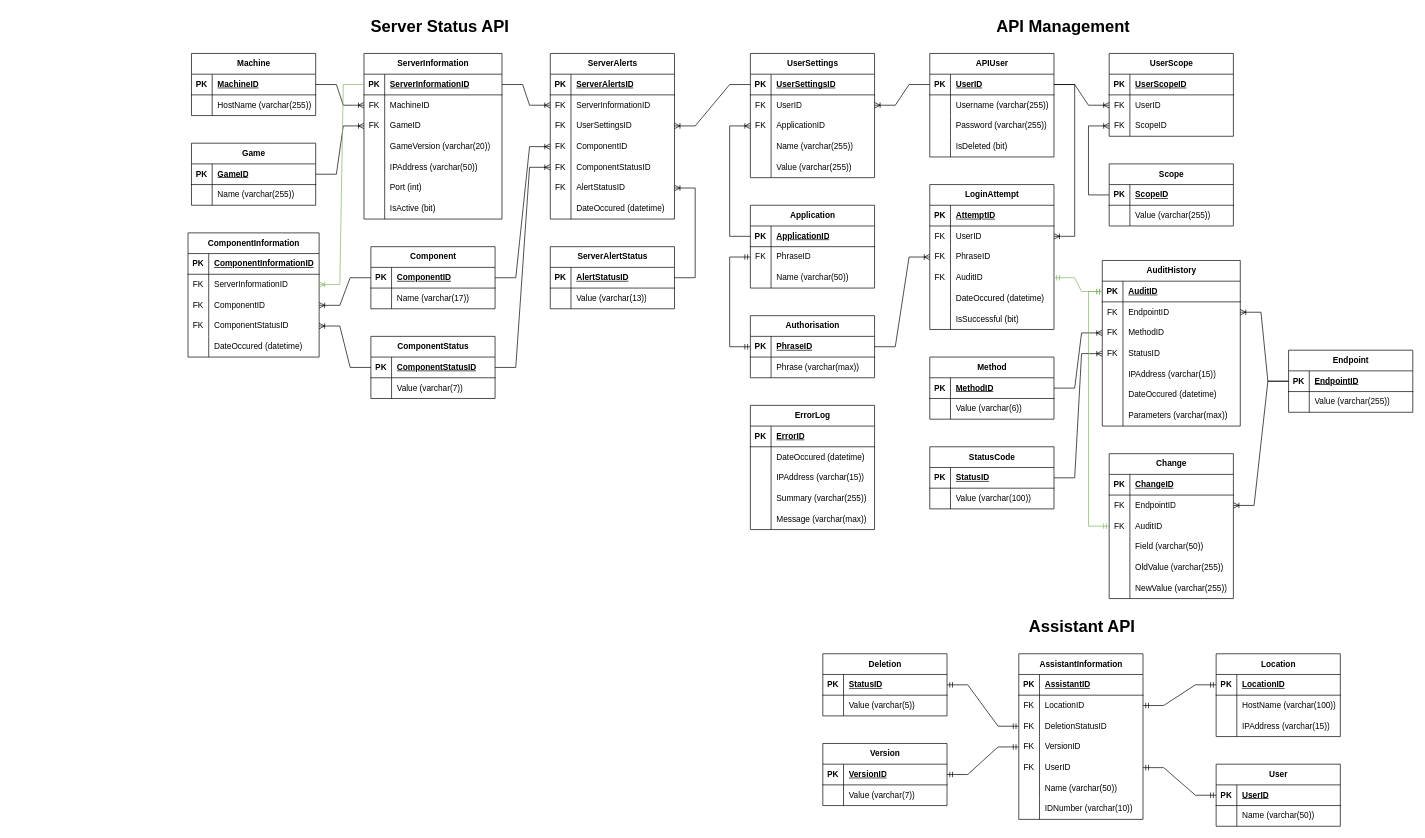
LegendarySpork9/Hunter-Industries-API keeps this draw.io diagram as Database ERD.drawio. Above is the earlier version. Source tidied: cells renumbered, new cells numbered last; positions are measured from the earlier drawing's top-left corner, leaving out a move shared by most shapes. Both pictures are drawn from the tidied source at 69%, with x=0, y=0 at pixel (188, 12).
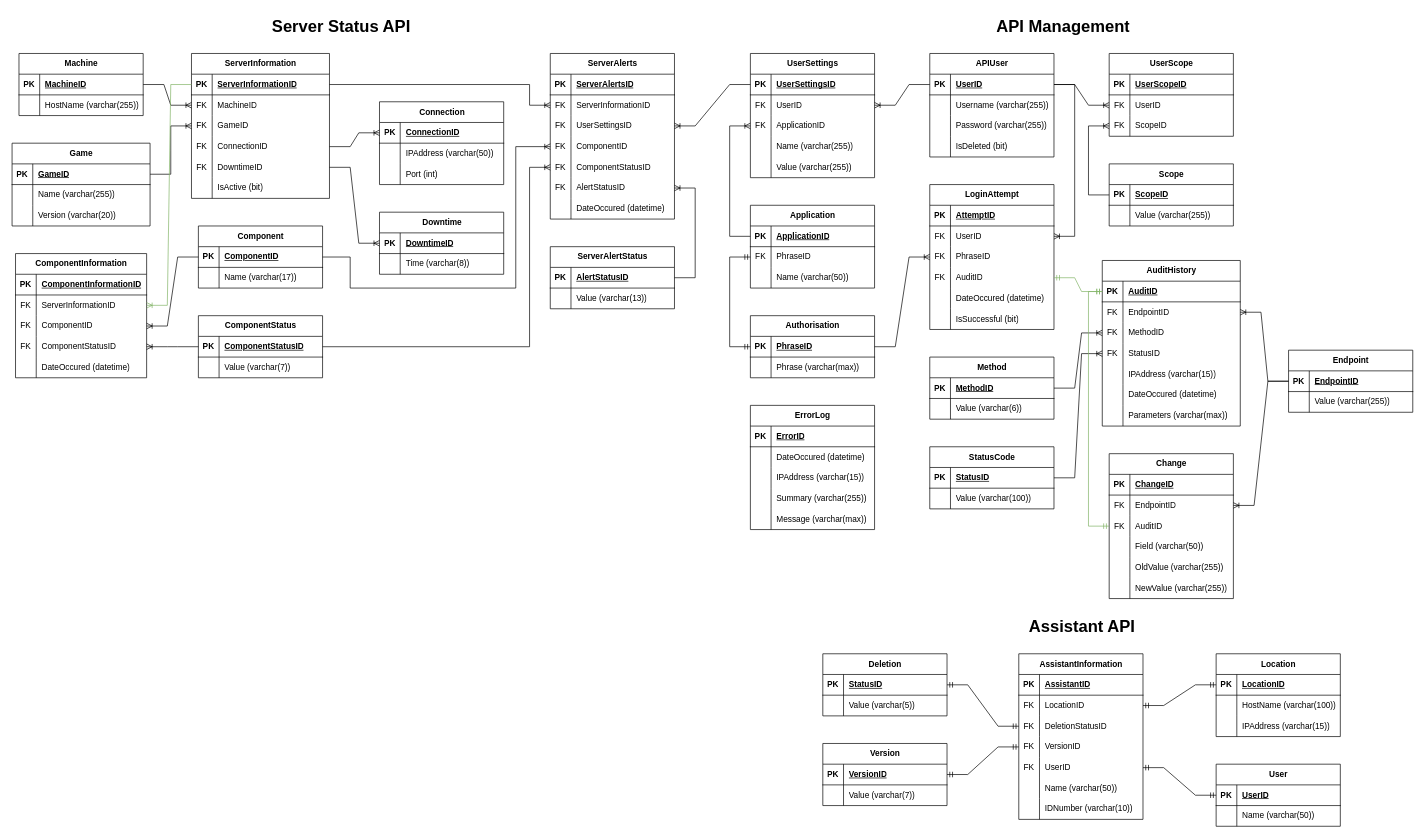
Above is the later version.

Commit message:
Connection and Downtime

Added new tables for Connection and Downtime.

Moved GameVersion to the Game table.

Unchanged cells that the change refers to:
```xml
<mxCell id="233" style="shape=tableRow;horizontal=0;startSize=0;swimlaneHead=0;swimlaneBody=0;fillColor=none;points=[[0,0.5],[1,0.5]];portConstraint=eastwest;top=0;left=0;right=0;bottom=1;" parent="232" vertex="1">
  <mxGeometry y="30" width="200" height="30" as="geometry" />
</mxCell>
<mxCell id="285" style="shape=tableRow;horizontal=0;startSize=0;swimlaneHead=0;swimlaneBody=0;fillColor=none;points=[[0,0.5],[1,0.5]];portConstraint=eastwest;top=0;left=0;right=0;bottom=1;" parent="284" vertex="1">
  <mxGeometry y="30" width="180" height="30" as="geometry" />
</mxCell>
<mxCell id="292" style="shape=tableRow;horizontal=0;startSize=0;swimlaneHead=0;swimlaneBody=0;fillColor=none;points=[[0,0.5],[1,0.5]];portConstraint=eastwest;top=0;left=0;right=0;bottom=1;" parent="291" vertex="1">
  <mxGeometry y="30" width="180" height="30" as="geometry" />
</mxCell>
<mxCell id="304" style="shape=tableRow;horizontal=0;startSize=0;swimlaneHead=0;swimlaneBody=0;fillColor=none;points=[[0,0.5],[1,0.5]];portConstraint=eastwest;top=0;left=0;right=0;bottom=0;" parent="300" vertex="1">
  <mxGeometry y="60" width="180" height="30" as="geometry" />
</mxCell>
<mxCell id="310" style="shape=tableRow;horizontal=0;startSize=0;swimlaneHead=0;swimlaneBody=0;fillColor=none;points=[[0,0.5],[1,0.5]];portConstraint=eastwest;top=0;left=0;right=0;bottom=0;" parent="300" vertex="1">
  <mxGeometry y="120" width="180" height="30" as="geometry" />
</mxCell>
<mxCell id="313" style="shape=tableRow;horizontal=0;startSize=0;swimlaneHead=0;swimlaneBody=0;fillColor=none;points=[[0,0.5],[1,0.5]];portConstraint=eastwest;top=0;left=0;right=0;bottom=0;" parent="300" vertex="1">
  <mxGeometry y="150" width="180" height="30" as="geometry" />
</mxCell>
```

Change to the diagram source:
```diff
@@
     <mxCell id="232" value="ServerInformation" style="shape=table;startSize=30;childLayout=tableLayout;rowLines=0;fontStyle=1;align=center;html=1;" parent="1" vertex="1">
-      <mxGeometry x="255" y="60" width="200" height="240" as="geometry" />
+      <mxGeometry x="5" y="60" width="200" height="210" as="geometry" />
     </mxCell>
@@
-    <mxCell id="242" style="shape=tableRow;horizontal=0;startSize=0;swimlaneHead=0;swimlaneBody=0;fillColor=none;top=0;left=0;right=0;bottom=0;" parent="232" vertex="1">
-      <mxGeometry y="120" width="200" height="30" as="geometry" />
-    </mxCell>
-    <mxCell id="243" style="shape=partialRectangle;fillColor=none;top=0;left=0;bottom=0;right=0;overflow=hidden;whiteSpace=wrap;html=1;" parent="242" vertex="1">
-      <mxGeometry width="30" height="30" as="geometry" />
-    </mxCell>
-    <mxCell id="244" value="GameVersion (varchar(20))" style="shape=partialRectangle;fillColor=none;top=0;left=0;bottom=0;right=0;align=left;spacingLeft=6;overflow=hidden;whiteSpace=wrap;html=1;" parent="242" vertex="1">
-      <mxGeometry x="30" width="170" height="30" as="geometry" />
-    </mxCell>
     <mxCell id="245" style="shape=tableRow;horizontal=0;startSize=0;swimlaneHead=0;swimlaneBody=0;fillColor=none;points=[[0,0.5],[1,0.5]];portConstraint=eastwest;top=0;left=0;right=0;bottom=0;" parent="232" vertex="1">
-      <mxGeometry y="150" width="200" height="30" as="geometry" />
+      <mxGeometry y="120" width="200" height="30" as="geometry" />
     </mxCell>
-    <mxCell id="246" style="shape=partialRectangle;fillColor=none;top=0;left=0;bottom=0;right=0;overflow=hidden;whiteSpace=wrap;html=1;" parent="245" vertex="1">
+    <mxCell id="246" value="FK" style="shape=partialRectangle;fillColor=none;top=0;left=0;bottom=0;right=0;overflow=hidden;whiteSpace=wrap;html=1;" parent="245" vertex="1">
       <mxGeometry width="30" height="30" as="geometry" />
     </mxCell>
-    <mxCell id="247" value="IPAddress (varchar(50))" style="shape=partialRectangle;fillColor=none;top=0;left=0;bottom=0;right=0;align=left;spacingLeft=6;overflow=hidden;whiteSpace=wrap;html=1;" parent="245" vertex="1">
+    <mxCell id="247" value="ConnectionID" style="shape=partialRectangle;fillColor=none;top=0;left=0;bottom=0;right=0;align=left;spacingLeft=6;overflow=hidden;whiteSpace=wrap;html=1;" parent="245" vertex="1">
       <mxGeometry x="30" width="170" height="30" as="geometry" />
     </mxCell>
     <mxCell id="248" style="shape=tableRow;horizontal=0;startSize=0;swimlaneHead=0;swimlaneBody=0;fillColor=none;points=[[0,0.5],[1,0.5]];portConstraint=eastwest;top=0;left=0;right=0;bottom=0;" parent="232" vertex="1">
-      <mxGeometry y="180" width="200" height="30" as="geometry" />
+      <mxGeometry y="150" width="200" height="30" as="geometry" />
     </mxCell>
-    <mxCell id="249" style="shape=partialRectangle;fillColor=none;top=0;left=0;bottom=0;right=0;overflow=hidden;whiteSpace=wrap;html=1;" parent="248" vertex="1">
+    <mxCell id="249" value="FK" style="shape=partialRectangle;fillColor=none;top=0;left=0;bottom=0;right=0;overflow=hidden;whiteSpace=wrap;html=1;" parent="248" vertex="1">
       <mxGeometry width="30" height="30" as="geometry" />
     </mxCell>
-    <mxCell id="250" value="Port (int)" style="shape=partialRectangle;fillColor=none;top=0;left=0;bottom=0;right=0;align=left;spacingLeft=6;overflow=hidden;whiteSpace=wrap;html=1;" parent="248" vertex="1">
+    <mxCell id="250" value="DowntimeID" style="shape=partialRectangle;fillColor=none;top=0;left=0;bottom=0;right=0;align=left;spacingLeft=6;overflow=hidden;whiteSpace=wrap;html=1;" parent="248" vertex="1">
       <mxGeometry x="30" width="170" height="30" as="geometry" />
     </mxCell>
     <mxCell id="251" style="shape=tableRow;horizontal=0;startSize=0;swimlaneHead=0;swimlaneBody=0;fillColor=none;top=0;left=0;right=0;bottom=0;" parent="232" vertex="1">
-      <mxGeometry y="210" width="200" height="30" as="geometry" />
+      <mxGeometry y="180" width="200" height="30" as="geometry" />
     </mxCell>
@@
     <mxCell id="254" value="Machine" style="shape=table;startSize=30;childLayout=tableLayout;rowLines=0;fontStyle=1;align=center;html=1;" parent="1" vertex="1">
-      <mxGeometry x="5" y="60" width="180" height="90" as="geometry" />
+      <mxGeometry x="-245" y="60" width="180" height="90" as="geometry" />
     </mxCell>
@@
     <mxCell id="261" value="Game" style="shape=table;startSize=30;childLayout=tableLayout;rowLines=0;fontStyle=1;align=center;html=1;" parent="1" vertex="1">
-      <mxGeometry x="5" y="190" width="180" height="90" as="geometry" />
+      <mxGeometry x="-255" y="190" width="200" height="120" as="geometry" />
     </mxCell>
     <mxCell id="262" style="shape=tableRow;horizontal=0;startSize=0;swimlaneHead=0;swimlaneBody=0;fillColor=none;points=[[0,0.5],[1,0.5]];portConstraint=eastwest;top=0;left=0;right=0;bottom=1;" parent="261" vertex="1">
-      <mxGeometry y="30" width="180" height="30" as="geometry" />
+      <mxGeometry y="30" width="200" height="30" as="geometry" />
     </mxCell>
@@
     <mxCell id="264" value="GameID" style="shape=partialRectangle;fillColor=none;top=0;left=0;bottom=0;right=0;align=left;spacingLeft=6;fontStyle=5;overflow=hidden;whiteSpace=wrap;html=1;" parent="262" vertex="1">
-      <mxGeometry x="30" width="150" height="30" as="geometry" />
+      <mxGeometry x="30" width="170" height="30" as="geometry" />
     </mxCell>
+    <mxCell id="340" style="shape=tableRow;horizontal=0;startSize=0;swimlaneHead=0;swimlaneBody=0;fillColor=none;top=0;left=0;right=0;bottom=0;" parent="261" vertex="1">
+      <mxGeometry y="60" width="200" height="30" as="geometry" />
+    </mxCell>
+    <mxCell id="341" style="shape=partialRectangle;fillColor=none;top=0;left=0;bottom=0;right=0;overflow=hidden;whiteSpace=wrap;html=1;" parent="340" vertex="1">
+      <mxGeometry width="30" height="30" as="geometry" />
+    </mxCell>
+    <mxCell id="342" value="Name (varchar(255))" style="shape=partialRectangle;fillColor=none;top=0;left=0;bottom=0;right=0;align=left;spacingLeft=6;overflow=hidden;whiteSpace=wrap;html=1;" parent="340" vertex="1">
+      <mxGeometry x="30" width="170" height="30" as="geometry" />
+    </mxCell>
     <mxCell id="265" style="shape=tableRow;horizontal=0;startSize=0;swimlaneHead=0;swimlaneBody=0;fillColor=none;top=0;left=0;right=0;bottom=0;" parent="261" vertex="1">
-      <mxGeometry y="60" width="180" height="30" as="geometry" />
+      <mxGeometry y="90" width="200" height="30" as="geometry" />
     </mxCell>
@@
-    <mxCell id="267" value="Name (varchar(255))" style="shape=partialRectangle;fillColor=none;top=0;left=0;bottom=0;right=0;align=left;spacingLeft=6;overflow=hidden;whiteSpace=wrap;html=1;" parent="265" vertex="1">
-      <mxGeometry x="30" width="150" height="30" as="geometry" />
+    <mxCell id="267" value="Version (varchar(20))" style="shape=partialRectangle;fillColor=none;top=0;left=0;bottom=0;right=0;align=left;spacingLeft=6;overflow=hidden;whiteSpace=wrap;html=1;" parent="265" vertex="1">
+      <mxGeometry x="30" width="170" height="30" as="geometry" />
     </mxCell>
     <mxCell id="268" value="ComponentInformation" style="shape=table;startSize=30;childLayout=tableLayout;rowLines=0;fontStyle=1;align=center;html=1;" parent="1" vertex="1">
-      <mxGeometry y="320" width="190" height="180" as="geometry" />
+      <mxGeometry x="-250" y="350" width="190" height="180" as="geometry" />
     </mxCell>
@@
     <mxCell id="284" value="Component" style="shape=table;startSize=30;childLayout=tableLayout;rowLines=0;fontStyle=1;align=center;html=1;" parent="1" vertex="1">
-      <mxGeometry x="265" y="340" width="180" height="90" as="geometry" />
+      <mxGeometry x="15" y="310" width="180" height="90" as="geometry" />
     </mxCell>
@@
     <mxCell id="291" value="ComponentStatus" style="shape=table;startSize=30;childLayout=tableLayout;rowLines=0;fontStyle=1;align=center;html=1;" parent="1" vertex="1">
-      <mxGeometry x="265" y="470" width="180" height="90" as="geometry" />
+      <mxGeometry x="15" y="440" width="180" height="90" as="geometry" />
     </mxCell>
@@
-    <mxCell id="335" style="edgeStyle=entityRelationEdgeStyle;fontSize=12;html=1;endArrow=ERoneToMany;rounded=0;entryX=0;entryY=0.5;entryDx=0;entryDy=0;exitX=1;exitY=0.5;exitDx=0;exitDy=0;" parent="1" edge="1" source="285" target="310">
-      <mxGeometry relative="1" as="geometry" />
+    <mxCell id="335" style="edgeStyle=orthogonalEdgeStyle;fontSize=12;html=1;endArrow=ERoneToMany;rounded=0;entryX=0;entryY=0.5;entryDx=0;entryDy=0;exitX=1;exitY=0.5;exitDx=0;exitDy=0;" parent="1" edge="1" source="285" target="310">
+      <mxGeometry relative="1" as="geometry">
+        <Array as="points">
+          <mxPoint x="235" y="355" />
+          <mxPoint x="235" y="400" />
+          <mxPoint x="475" y="400" />
+          <mxPoint x="475" y="195" />
+        </Array>
+      </mxGeometry>
     </mxCell>
-    <mxCell id="336" style="edgeStyle=entityRelationEdgeStyle;fontSize=12;html=1;endArrow=ERoneToMany;rounded=0;entryX=0;entryY=0.5;entryDx=0;entryDy=0;exitX=1;exitY=0.5;exitDx=0;exitDy=0;" parent="1" edge="1" source="292" target="313">
-      <mxGeometry relative="1" as="geometry" />
+    <mxCell id="336" style="edgeStyle=orthogonalEdgeStyle;fontSize=12;html=1;endArrow=ERoneToMany;rounded=0;entryX=0;entryY=0.5;entryDx=0;entryDy=0;exitX=1;exitY=0.5;exitDx=0;exitDy=0;" parent="1" edge="1" source="292" target="313">
+      <mxGeometry relative="1" as="geometry">
+        <Array as="points">
+          <mxPoint x="495" y="485" />
+          <mxPoint x="495" y="225" />
+        </Array>
+      </mxGeometry>
     </mxCell>
-    <mxCell id="337" style="edgeStyle=entityRelationEdgeStyle;fontSize=12;html=1;endArrow=ERoneToMany;rounded=0;entryX=0;entryY=0.5;entryDx=0;entryDy=0;exitX=1;exitY=0.5;exitDx=0;exitDy=0;" parent="1" edge="1" source="233" target="304">
-      <mxGeometry relative="1" as="geometry" />
+    <mxCell id="337" style="edgeStyle=orthogonalEdgeStyle;fontSize=12;html=1;endArrow=ERoneToMany;rounded=0;entryX=0;entryY=0.5;entryDx=0;entryDy=0;exitX=1;exitY=0.5;exitDx=0;exitDy=0;" parent="1" edge="1" source="233" target="304">
+      <mxGeometry relative="1" as="geometry">
+        <Array as="points">
+          <mxPoint x="495" y="105" />
+          <mxPoint x="495" y="135" />
+        </Array>
+      </mxGeometry>
     </mxCell>
@@
     <mxCell id="339" value="&lt;h1 style=&quot;margin-top: 0px;&quot;&gt;Server Status API&lt;/h1&gt;" style="text;html=1;whiteSpace=wrap;overflow=hidden;rounded=0;" parent="1" vertex="1">
-      <mxGeometry x="262.5" width="210" height="40" as="geometry" />
+      <mxGeometry x="120" width="210" height="40" as="geometry" />
     </mxCell>
+    <mxCell id="343" value="Connection" style="shape=table;startSize=30;childLayout=tableLayout;rowLines=0;fontStyle=1;align=center;html=1;" parent="1" vertex="1">
+      <mxGeometry x="277.5" y="130" width="180" height="120" as="geometry" />
+    </mxCell>
+    <mxCell id="344" style="shape=tableRow;horizontal=0;startSize=0;swimlaneHead=0;swimlaneBody=0;fillColor=none;points=[[0,0.5],[1,0.5]];portConstraint=eastwest;top=0;left=0;right=0;bottom=1;" parent="343" vertex="1">
+      <mxGeometry y="30" width="180" height="30" as="geometry" />
+    </mxCell>
+    <mxCell id="345" value="PK" style="shape=partialRectangle;fillColor=none;top=0;left=0;bottom=0;right=0;fontStyle=1;overflow=hidden;whiteSpace=wrap;html=1;" parent="344" vertex="1">
+      <mxGeometry width="30" height="30" as="geometry" />
+    </mxCell>
+    <mxCell id="346" value="ConnectionID" style="shape=partialRectangle;fillColor=none;top=0;left=0;bottom=0;right=0;align=left;spacingLeft=6;fontStyle=5;overflow=hidden;whiteSpace=wrap;html=1;" parent="344" vertex="1">
+      <mxGeometry x="30" width="150" height="30" as="geometry" />
+    </mxCell>
+    <mxCell id="347" style="shape=tableRow;horizontal=0;startSize=0;swimlaneHead=0;swimlaneBody=0;fillColor=none;top=0;left=0;right=0;bottom=0;" parent="343" vertex="1">
+      <mxGeometry y="60" width="180" height="30" as="geometry" />
+    </mxCell>
+    <mxCell id="348" style="shape=partialRectangle;fillColor=none;top=0;left=0;bottom=0;right=0;overflow=hidden;whiteSpace=wrap;html=1;" parent="347" vertex="1">
+      <mxGeometry width="30" height="30" as="geometry" />
+    </mxCell>
+    <mxCell id="349" value="IPAddress (varchar(50))" style="shape=partialRectangle;fillColor=none;top=0;left=0;bottom=0;right=0;align=left;spacingLeft=6;overflow=hidden;whiteSpace=wrap;html=1;" parent="347" vertex="1">
+      <mxGeometry x="30" width="150" height="30" as="geometry" />
+    </mxCell>
+    <mxCell id="350" style="shape=tableRow;horizontal=0;startSize=0;swimlaneHead=0;swimlaneBody=0;fillColor=none;top=0;left=0;right=0;bottom=0;" parent="343" vertex="1">
+      <mxGeometry y="90" width="180" height="30" as="geometry" />
+    </mxCell>
+    <mxCell id="351" style="shape=partialRectangle;fillColor=none;top=0;left=0;bottom=0;right=0;overflow=hidden;whiteSpace=wrap;html=1;" parent="350" vertex="1">
+      <mxGeometry width="30" height="30" as="geometry" />
+    </mxCell>
+    <mxCell id="352" value="Port (int)" style="shape=partialRectangle;fillColor=none;top=0;left=0;bottom=0;right=0;align=left;spacingLeft=6;overflow=hidden;whiteSpace=wrap;html=1;" parent="350" vertex="1">
+      <mxGeometry x="30" width="150" height="30" as="geometry" />
+    </mxCell>
+    <mxCell id="353" style="edgeStyle=entityRelationEdgeStyle;fontSize=12;html=1;endArrow=ERoneToMany;rounded=0;entryX=0;entryY=0.5;entryDx=0;entryDy=0;exitX=1;exitY=0.5;exitDx=0;exitDy=0;" parent="1" edge="1" source="245" target="344">
+      <mxGeometry relative="1" as="geometry" />
+    </mxCell>
+    <mxCell id="354" value="Downtime" style="shape=table;startSize=30;childLayout=tableLayout;rowLines=0;fontStyle=1;align=center;html=1;" parent="1" vertex="1">
+      <mxGeometry x="277.5" y="290" width="180" height="90" as="geometry" />
+    </mxCell>
+    <mxCell id="355" style="shape=tableRow;horizontal=0;startSize=0;swimlaneHead=0;swimlaneBody=0;fillColor=none;points=[[0,0.5],[1,0.5]];portConstraint=eastwest;top=0;left=0;right=0;bottom=1;" parent="354" vertex="1">
+      <mxGeometry y="30" width="180" height="30" as="geometry" />
+    </mxCell>
+    <mxCell id="356" value="PK" style="shape=partialRectangle;fillColor=none;top=0;left=0;bottom=0;right=0;fontStyle=1;overflow=hidden;whiteSpace=wrap;html=1;" parent="355" vertex="1">
+      <mxGeometry width="30" height="30" as="geometry" />
+    </mxCell>
+    <mxCell id="357" value="DowntimeID" style="shape=partialRectangle;fillColor=none;top=0;left=0;bottom=0;right=0;align=left;spacingLeft=6;fontStyle=5;overflow=hidden;whiteSpace=wrap;html=1;" parent="355" vertex="1">
+      <mxGeometry x="30" width="150" height="30" as="geometry" />
+    </mxCell>
+    <mxCell id="358" style="shape=tableRow;horizontal=0;startSize=0;swimlaneHead=0;swimlaneBody=0;fillColor=none;top=0;left=0;right=0;bottom=0;" parent="354" vertex="1">
+      <mxGeometry y="60" width="180" height="30" as="geometry" />
+    </mxCell>
+    <mxCell id="359" style="shape=partialRectangle;fillColor=none;top=0;left=0;bottom=0;right=0;overflow=hidden;whiteSpace=wrap;html=1;" parent="358" vertex="1">
+      <mxGeometry width="30" height="30" as="geometry" />
+    </mxCell>
+    <mxCell id="360" value="Time (varchar(8))" style="shape=partialRectangle;fillColor=none;top=0;left=0;bottom=0;right=0;align=left;spacingLeft=6;overflow=hidden;whiteSpace=wrap;html=1;" parent="358" vertex="1">
+      <mxGeometry x="30" width="150" height="30" as="geometry" />
+    </mxCell>
+    <mxCell id="361" style="edgeStyle=entityRelationEdgeStyle;fontSize=12;html=1;endArrow=ERoneToMany;rounded=0;entryX=0;entryY=0.5;entryDx=0;entryDy=0;exitX=1;exitY=0.5;exitDx=0;exitDy=0;" parent="1" edge="1" source="248" target="355">
+      <mxGeometry relative="1" as="geometry" />
+    </mxCell>
```
